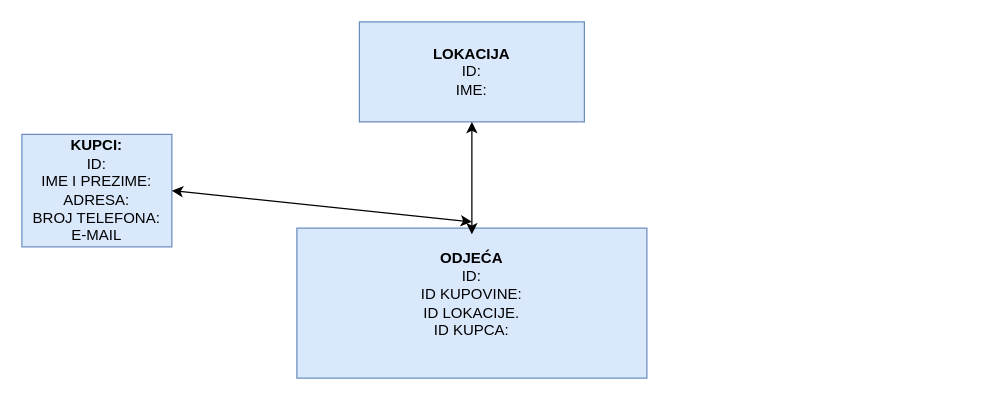
This is Untitled Diagram.drawio from PolePolucci/PolePolucci, a draw.io file, before an edit. Source tidied: cells renumbered, new cells numbered last; positions are measured from the earlier drawing's top-left corner, leaving out a move shared by most shapes. Both pictures are drawn from the tidied source at 125%, with x=0, y=0 at pixel (21, 21).
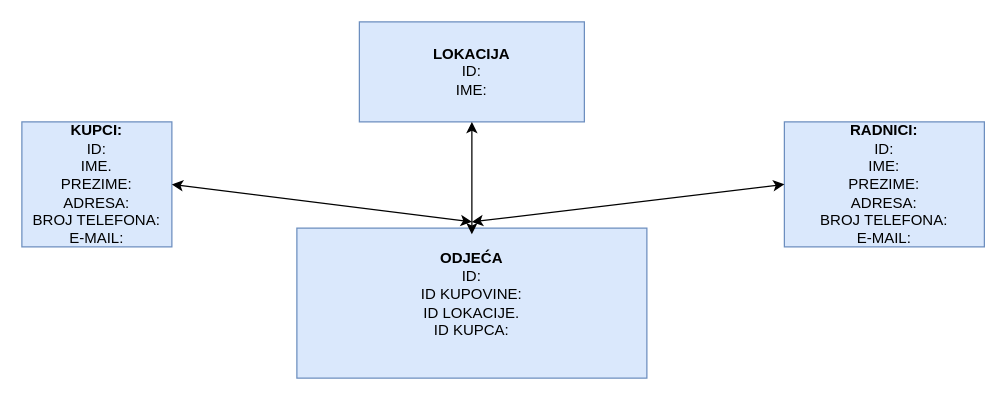
Above is the later version.

Change to the diagram source:
```diff
@@
 <mxGraphModel>
   <root>
     <mxCell id="0" />
     <mxCell id="1" parent="0" />
     <mxCell id="2" value="&lt;b&gt;ODJEĆA&lt;/b&gt;&lt;br&gt;ID:&lt;br&gt;ID KUPOVINE:&lt;br&gt;ID LOKACIJE.&lt;br&gt;ID KUPCA:&lt;br&gt;&lt;br&gt;" style="rounded=0;whiteSpace=wrap;html=1;fillColor=#dae8fc;strokeColor=#6c8ebf;" parent="1" vertex="1">
       <mxGeometry x="220" y="165" width="280" height="120" as="geometry" />
     </mxCell>
     <mxCell id="3" value="&lt;b&gt;LOKACIJA&lt;/b&gt;&lt;br&gt;ID:&lt;br&gt;IME:&lt;br&gt;" style="rounded=0;whiteSpace=wrap;html=1;fillColor=#dae8fc;strokeColor=#6c8ebf;" parent="1" vertex="1">
       <mxGeometry x="270" width="180" height="80" as="geometry" />
     </mxCell>
-    <mxCell id="4" value="&lt;b&gt;KUPCI:&lt;br&gt;&lt;/b&gt;ID:&lt;br&gt;IME I PREZIME:&lt;br&gt;ADRESA:&lt;br&gt;BROJ TELEFONA:&lt;br&gt;E-MAIL" style="rounded=0;whiteSpace=wrap;html=1;fillColor=#dae8fc;strokeColor=#6c8ebf;" parent="1" vertex="1">
-      <mxGeometry y="90" width="120" height="90" as="geometry" />
+    <mxCell id="4" value="&lt;b&gt;KUPCI:&lt;br&gt;&lt;/b&gt;ID:&lt;br&gt;IME.&lt;br&gt;PREZIME:&lt;br&gt;ADRESA:&lt;br&gt;BROJ TELEFONA:&lt;br&gt;E-MAIL:" style="rounded=0;whiteSpace=wrap;html=1;fillColor=#dae8fc;strokeColor=#6c8ebf;" parent="1" vertex="1">
+      <mxGeometry y="80" width="120" height="100" as="geometry" />
     </mxCell>
     <mxCell id="5" style="endArrow=classic;startArrow=classic;html=1;entryX=0.5;entryY=1;entryDx=0;entryDy=0;" parent="1" edge="1" target="3">
       <mxGeometry relative="1" as="geometry">
         <mxPoint x="360" y="170" as="sourcePoint" />
       </mxGeometry>
     </mxCell>
     <mxCell id="6" style="endArrow=classic;startArrow=classic;html=1;entryX=1;entryY=0.5;entryDx=0;entryDy=0;" parent="1" edge="1" target="4">
       <mxGeometry relative="1" as="geometry">
         <mxPoint x="360" y="160" as="sourcePoint" />
       </mxGeometry>
     </mxCell>
+    <mxCell id="7" value="&lt;b&gt;RADNICI:&lt;/b&gt;&lt;br&gt;ID:&lt;br&gt;IME:&lt;br&gt;PREZIME:&lt;br&gt;ADRESA:&lt;br&gt;BROJ TELEFONA:&lt;br&gt;E-MAIL:" style="rounded=0;whiteSpace=wrap;html=1;fillColor=#dae8fc;strokeColor=#6c8ebf;" parent="1" vertex="1">
+      <mxGeometry x="610" y="80" width="160" height="100" as="geometry" />
+    </mxCell>
+    <mxCell id="8" style="endArrow=classic;startArrow=classic;html=1;entryX=0;entryY=0.5;entryDx=0;entryDy=0;" parent="1" edge="1" target="7">
+      <mxGeometry relative="1" as="geometry">
+        <mxPoint x="360" y="160" as="sourcePoint" />
+      </mxGeometry>
+    </mxCell>
   </root>
 </mxGraphModel>
```
